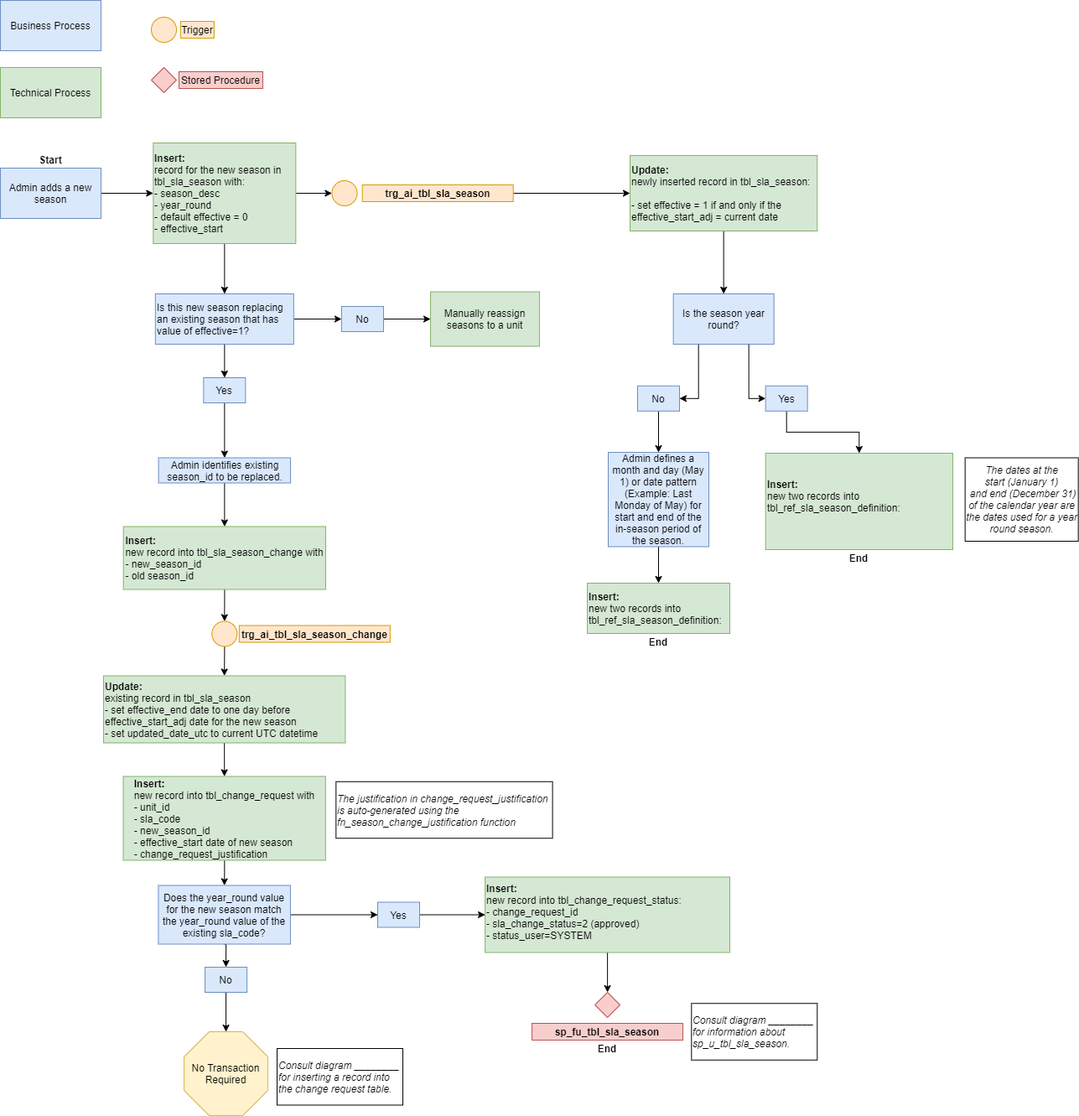
Above: images/diagram1.png in NYC-Parks/SLADB (draw.io), before the change. Source tidied: cells renumbered, new cells last; positions are measured from the earlier drawing's top-left corner, leaving out a move shared by most shapes.
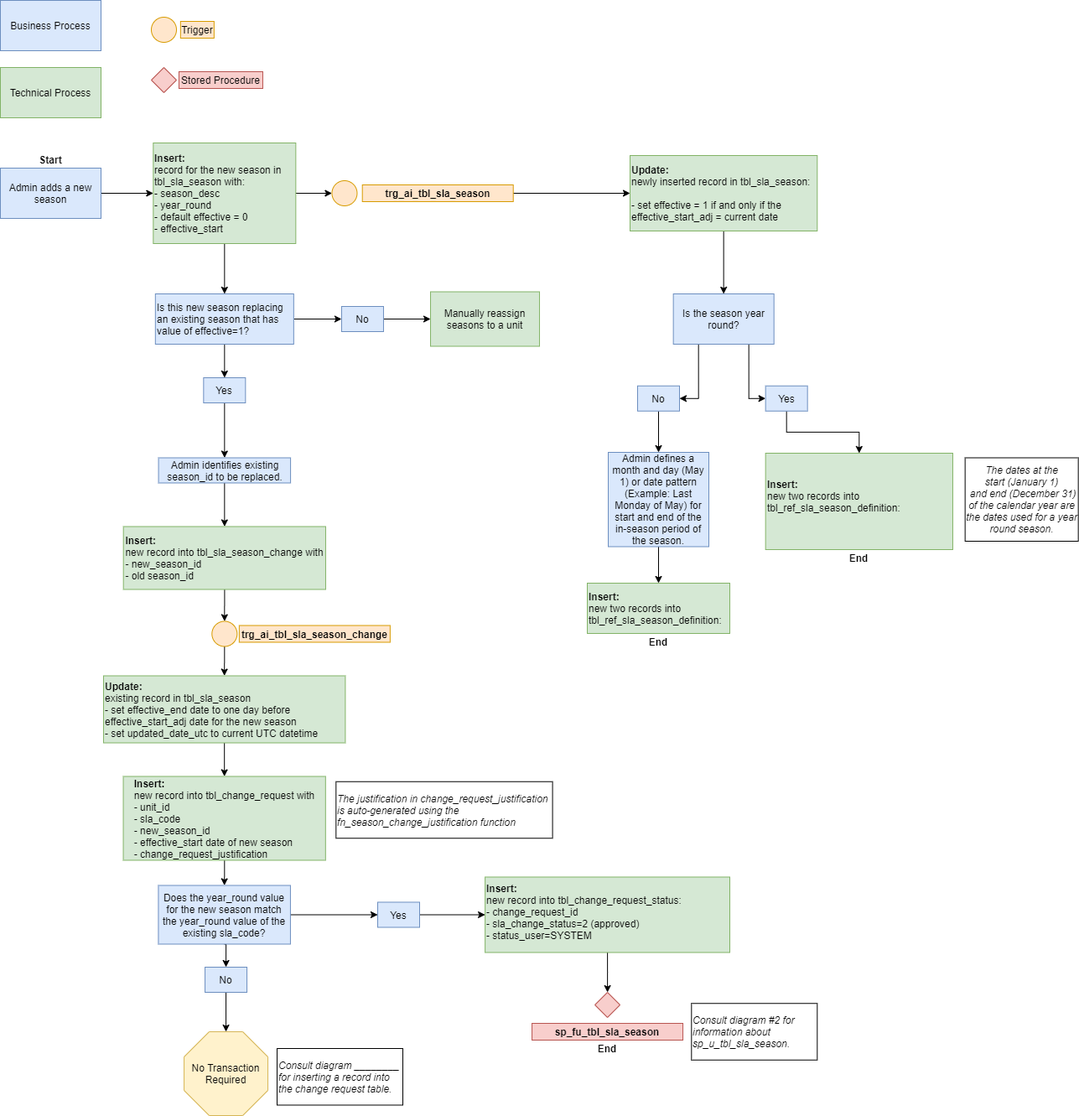
The same diagram one commit later.

The edit, as a diff of the source:
```diff
@@ -134,7 +134,7 @@
     <mxCell id="45" value="&lt;b&gt;sp_fu_tbl_sla_season&lt;/b&gt;" style="text;html=1;strokeColor=#b85450;fillColor=#f8cecc;align=center;verticalAlign=middle;whiteSpace=wrap;rounded=0;" parent="1" vertex="1">
       <mxGeometry x="634.1" y="1220" width="180" height="20" as="geometry" />
     </mxCell>
-    <mxCell id="46" value="Consult diagram ________ for information about sp_u_tbl_sla_season." style="rounded=0;whiteSpace=wrap;html=1;align=left;fontStyle=2;fillColor=none;" parent="1" vertex="1">
+    <mxCell id="46" value="Consult diagram #2 for information about sp_u_tbl_sla_season." style="rounded=0;whiteSpace=wrap;html=1;align=left;fontStyle=2;fillColor=none;" parent="1" vertex="1">
       <mxGeometry x="824.3" y="1196.2" width="150" height="67.5" as="geometry" />
     </mxCell>
     <mxCell id="47" style="rhombus;whiteSpace=wrap;html=1;fillColor=#f8cecc;strokeColor=#b85450;" parent="1" vertex="1">
```
